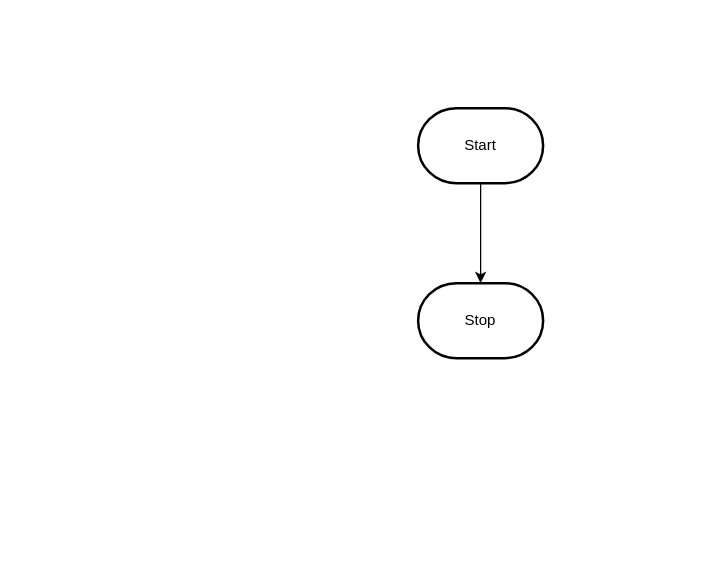
This is design/flowchart.drawio from MTHS-TEJ2O-1-2023/TEJ2O-Unit-2-09-michael-bruneau, a draw.io file, before an edit. Source tidied: cells renumbered, new cells numbered last; positions are measured from the earlier drawing's top-left corner, leaving out a move shared by most shapes. Both pictures are drawn from the tidied source at 125%, with x=0, y=0 at pixel (418, 108).
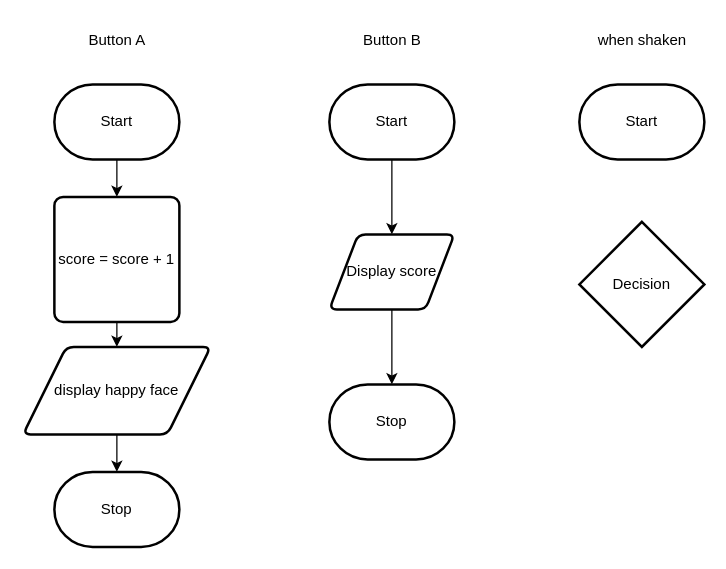
The same page after the edit.

What changed in the source:
```diff
@@
 <mxGraphModel>
   <root>
     <mxCell id="0" />
     <mxCell id="1" parent="0" />
-    <mxCell id="2" style="edgeStyle=orthogonalEdgeStyle;html=1;rounded=0;" parent="1" edge="1" source="3" target="4">
-      <mxGeometry relative="1" as="geometry" />
-    </mxCell>
+    <mxCell id="5" style="edgeStyle=none;html=1;exitX=0.5;exitY=1;exitDx=0;exitDy=0;exitPerimeter=0;" parent="1" edge="1" source="3" target="7">
+      <mxGeometry relative="1" as="geometry" />
+    </mxCell>
     <mxCell id="3" value="Start" style="strokeWidth=2;html=1;shape=mxgraph.flowchart.terminator;whiteSpace=wrap;" parent="1" vertex="1">
-      <mxGeometry width="100" height="60" as="geometry" />
+      <mxGeometry x="-291" y="-19" width="100" height="60" as="geometry" />
     </mxCell>
     <mxCell id="4" value="Stop" style="strokeWidth=2;html=1;shape=mxgraph.flowchart.terminator;whiteSpace=wrap;" parent="1" vertex="1">
-      <mxGeometry y="140" width="100" height="60" as="geometry" />
+      <mxGeometry x="-291" y="291" width="100" height="60" as="geometry" />
     </mxCell>
+    <mxCell id="2" value="Button A" style="text;html=1;align=center;verticalAlign=middle;strokeColor=none;fillColor=none;" parent="1" vertex="1">
+      <mxGeometry x="-276" y="-69" width="70" height="30" as="geometry" />
+    </mxCell>
+    <mxCell id="6" style="edgeStyle=none;html=1;exitX=0.5;exitY=1;exitDx=0;exitDy=0;entryX=0.5;entryY=0;entryDx=0;entryDy=0;" parent="1" edge="1" source="7" target="9">
+      <mxGeometry relative="1" as="geometry" />
+    </mxCell>
+    <mxCell id="7" value="score = score + 1&lt;br&gt;" style="rounded=1;whiteSpace=wrap;html=1;absoluteArcSize=1;arcSize=14;strokeWidth=2;" parent="1" vertex="1">
+      <mxGeometry x="-291" y="71" width="100" height="100" as="geometry" />
+    </mxCell>
+    <mxCell id="8" style="edgeStyle=none;html=1;exitX=0.5;exitY=1;exitDx=0;exitDy=0;entryX=0.5;entryY=0;entryDx=0;entryDy=0;entryPerimeter=0;" parent="1" edge="1" source="9" target="4">
+      <mxGeometry relative="1" as="geometry" />
+    </mxCell>
+    <mxCell id="9" value="display happy face" style="shape=parallelogram;html=1;strokeWidth=2;perimeter=parallelogramPerimeter;whiteSpace=wrap;rounded=1;arcSize=12;size=0.23;" parent="1" vertex="1">
+      <mxGeometry x="-316" y="191" width="150" height="70" as="geometry" />
+    </mxCell>
+    <mxCell id="10" style="edgeStyle=none;html=1;exitX=0.5;exitY=1;exitDx=0;exitDy=0;exitPerimeter=0;entryX=0.5;entryY=0;entryDx=0;entryDy=0;" parent="1" edge="1" source="11" target="14">
+      <mxGeometry relative="1" as="geometry" />
+    </mxCell>
+    <mxCell id="11" value="Start" style="strokeWidth=2;html=1;shape=mxgraph.flowchart.terminator;whiteSpace=wrap;" parent="1" vertex="1">
+      <mxGeometry x="-71" y="-19" width="100" height="60" as="geometry" />
+    </mxCell>
+    <mxCell id="12" value="Button B" style="text;html=1;align=center;verticalAlign=middle;strokeColor=none;fillColor=none;" parent="1" vertex="1">
+      <mxGeometry x="-56" y="-69" width="70" height="30" as="geometry" />
+    </mxCell>
+    <mxCell id="13" style="edgeStyle=none;html=1;exitX=0.5;exitY=1;exitDx=0;exitDy=0;" parent="1" edge="1" source="14" target="15">
+      <mxGeometry relative="1" as="geometry" />
+    </mxCell>
+    <mxCell id="14" value="Display score" style="shape=parallelogram;html=1;strokeWidth=2;perimeter=parallelogramPerimeter;whiteSpace=wrap;rounded=1;arcSize=12;size=0.23;" parent="1" vertex="1">
+      <mxGeometry x="-71" y="101" width="100" height="60" as="geometry" />
+    </mxCell>
+    <mxCell id="15" value="Stop" style="strokeWidth=2;html=1;shape=mxgraph.flowchart.terminator;whiteSpace=wrap;" parent="1" vertex="1">
+      <mxGeometry x="-71" y="221" width="100" height="60" as="geometry" />
+    </mxCell>
+    <mxCell id="16" value="Start" style="strokeWidth=2;html=1;shape=mxgraph.flowchart.terminator;whiteSpace=wrap;" parent="1" vertex="1">
+      <mxGeometry x="129" y="-19" width="100" height="60" as="geometry" />
+    </mxCell>
+    <mxCell id="17" value="when shaken" style="text;html=1;align=center;verticalAlign=middle;strokeColor=none;fillColor=none;" parent="1" vertex="1">
+      <mxGeometry x="134" y="-69" width="90" height="30" as="geometry" />
+    </mxCell>
+    <mxCell id="18" value="Decision" style="strokeWidth=2;html=1;shape=mxgraph.flowchart.decision;whiteSpace=wrap;" parent="1" vertex="1">
+      <mxGeometry x="129" y="91" width="100" height="100" as="geometry" />
+    </mxCell>
   </root>
 </mxGraphModel>
```
